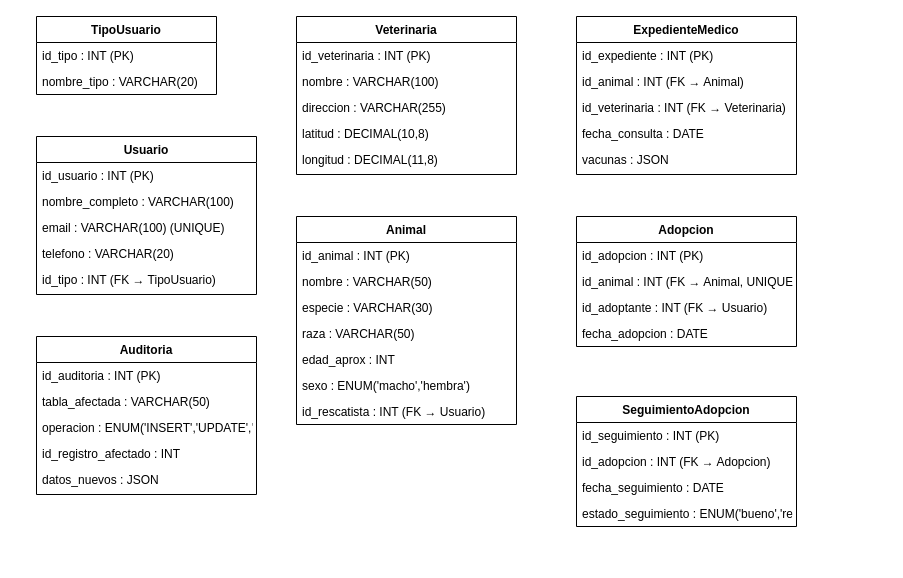
JlchavezG/BaseDatosUnimex keeps this draw.io diagram as Diagramas_BD_Mascotas.drawio. Above is the earlier version. Source tidied: cells renumbered, new cells numbered last; positions are measured from the earlier drawing's top-left corner, leaving out a move shared by most shapes. Both pictures are drawn from the tidied source at 100%, with x=0, y=0 at pixel (36, 16).
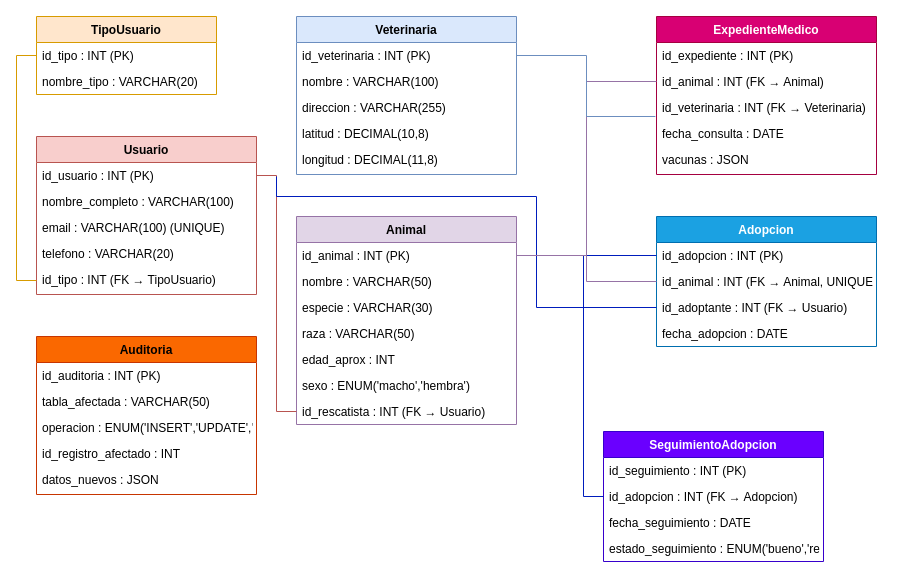
The same diagram, later.

Commit message:
modelo relacional

The change refers to these unchanged cells:
```xml
<mxCell id="3" value="id_tipo : INT (PK)" style="text;strokeColor=none;fillColor=none;align=left;verticalAlign=top;spacingLeft=4;spacingRight=4;overflow=hidden;points=[[0,0.5],[1,0.5]];portConstraint=eastwest;" parent="2" vertex="1">
  <mxGeometry y="26" width="180" height="26" as="geometry" />
</mxCell>
<mxCell id="6" value="id_usuario : INT (PK)" style="text;strokeColor=none;fillColor=none;align=left;verticalAlign=top;spacingLeft=4;spacingRight=4;overflow=hidden;points=[[0,0.5],[1,0.5]];portConstraint=eastwest;" parent="5" vertex="1">
  <mxGeometry y="26" width="220" height="26" as="geometry" />
</mxCell>
<mxCell id="10" value="id_tipo : INT (FK → TipoUsuario)" style="text;strokeColor=none;fillColor=none;align=left;verticalAlign=top;spacingLeft=4;spacingRight=4;overflow=hidden;points=[[0,0.5],[1,0.5]];portConstraint=eastwest;" parent="5" vertex="1">
  <mxGeometry y="130" width="220" height="28" as="geometry" />
</mxCell>
<mxCell id="12" value="id_veterinaria : INT (PK)" style="text;strokeColor=none;fillColor=none;align=left;verticalAlign=top;spacingLeft=4;spacingRight=4;overflow=hidden;points=[[0,0.5],[1,0.5]];portConstraint=eastwest;" parent="11" vertex="1">
  <mxGeometry y="26" width="220" height="26" as="geometry" />
</mxCell>
<mxCell id="18" value="id_animal : INT (PK)" style="text;strokeColor=none;fillColor=none;align=left;verticalAlign=top;spacingLeft=4;spacingRight=4;overflow=hidden;points=[[0,0.5],[1,0.5]];portConstraint=eastwest;" parent="17" vertex="1">
  <mxGeometry y="26" width="220" height="26" as="geometry" />
</mxCell>
<mxCell id="24" value="id_rescatista : INT (FK → Usuario)" style="text;strokeColor=none;fillColor=none;align=left;verticalAlign=top;spacingLeft=4;spacingRight=4;overflow=hidden;points=[[0,0.5],[1,0.5]];portConstraint=eastwest;" parent="17" vertex="1">
  <mxGeometry y="182" width="220" height="26" as="geometry" />
</mxCell>
<mxCell id="27" value="id_animal : INT (FK → Animal)" style="text;strokeColor=none;fillColor=none;align=left;verticalAlign=top;spacingLeft=4;spacingRight=4;overflow=hidden;points=[[0,0.5],[1,0.5]];portConstraint=eastwest;" parent="25" vertex="1">
  <mxGeometry y="52" width="220" height="26" as="geometry" />
</mxCell>
<mxCell id="28" value="id_veterinaria : INT (FK → Veterinaria)" style="text;strokeColor=none;fillColor=none;align=left;verticalAlign=top;spacingLeft=4;spacingRight=4;overflow=hidden;points=[[0,0.5],[1,0.5]];portConstraint=eastwest;" parent="25" vertex="1">
  <mxGeometry y="78" width="220" height="26" as="geometry" />
</mxCell>
<mxCell id="32" value="id_adopcion : INT (PK)" style="text;strokeColor=none;fillColor=none;align=left;verticalAlign=top;spacingLeft=4;spacingRight=4;overflow=hidden;points=[[0,0.5],[1,0.5]];portConstraint=eastwest;" parent="31" vertex="1">
  <mxGeometry y="26" width="220" height="26" as="geometry" />
</mxCell>
<mxCell id="33" value="id_animal : INT (FK → Animal, UNIQUE)" style="text;strokeColor=none;fillColor=none;align=left;verticalAlign=top;spacingLeft=4;spacingRight=4;overflow=hidden;points=[[0,0.5],[1,0.5]];portConstraint=eastwest;" parent="31" vertex="1">
  <mxGeometry y="52" width="220" height="26" as="geometry" />
</mxCell>
<mxCell id="34" value="id_adoptante : INT (FK → Usuario)" style="text;strokeColor=none;fillColor=none;align=left;verticalAlign=top;spacingLeft=4;spacingRight=4;overflow=hidden;points=[[0,0.5],[1,0.5]];portConstraint=eastwest;" parent="31" vertex="1">
  <mxGeometry y="78" width="220" height="26" as="geometry" />
</mxCell>
<mxCell id="38" value="id_adopcion : INT (FK → Adopcion)" style="text;strokeColor=none;fillColor=none;align=left;verticalAlign=top;spacingLeft=4;spacingRight=4;overflow=hidden;points=[[0,0.5],[1,0.5]];portConstraint=eastwest;" parent="36" vertex="1">
  <mxGeometry y="52" width="220" height="26" as="geometry" />
</mxCell>
```

Diff of the diagram source:
```diff
@@
-    <mxCell id="2" value="TipoUsuario" style="swimlane;fontStyle=1;align=center;verticalAlign=top;horizontal=1;startSize=26;swimlaneFillColor=#ffffff;" parent="1" vertex="1">
+    <mxCell id="2" value="TipoUsuario" style="swimlane;fontStyle=1;align=center;verticalAlign=top;horizontal=1;startSize=26;swimlaneFillColor=#ffffff;fillColor=#ffe6cc;strokeColor=#d79b00;" parent="1" vertex="1">
       <mxGeometry width="180" height="78" as="geometry" />
     </mxCell>
@@
-    <mxCell id="5" value="Usuario" style="swimlane;fontStyle=1;align=center;verticalAlign=top;horizontal=1;startSize=26;swimlaneFillColor=#ffffff;" parent="1" vertex="1">
+    <mxCell id="5" value="Usuario" style="swimlane;fontStyle=1;align=center;verticalAlign=top;horizontal=1;startSize=26;swimlaneFillColor=#ffffff;fillColor=#f8cecc;strokeColor=#b85450;" parent="1" vertex="1">
       <mxGeometry y="120" width="220" height="158" as="geometry" />
     </mxCell>
@@
-    <mxCell id="11" value="Veterinaria" style="swimlane;fontStyle=1;align=center;verticalAlign=top;horizontal=1;startSize=26;swimlaneFillColor=#ffffff;" parent="1" vertex="1">
+    <mxCell id="11" value="Veterinaria" style="swimlane;fontStyle=1;align=center;verticalAlign=top;horizontal=1;startSize=26;swimlaneFillColor=#ffffff;fillColor=#dae8fc;strokeColor=#6c8ebf;" parent="1" vertex="1">
       <mxGeometry x="260" width="220" height="158" as="geometry" />
     </mxCell>
@@
-    <mxCell id="17" value="Animal" style="swimlane;fontStyle=1;align=center;verticalAlign=top;horizontal=1;startSize=26;swimlaneFillColor=#ffffff;" parent="1" vertex="1">
+    <mxCell id="17" value="Animal" style="swimlane;fontStyle=1;align=center;verticalAlign=top;horizontal=1;startSize=26;swimlaneFillColor=#ffffff;fillColor=#e1d5e7;strokeColor=#9673a6;" parent="1" vertex="1">
       <mxGeometry x="260" y="200" width="220" height="208" as="geometry" />
     </mxCell>
@@
-    <mxCell id="25" value="ExpedienteMedico" style="swimlane;fontStyle=1;align=center;verticalAlign=top;horizontal=1;startSize=26;swimlaneFillColor=#ffffff;" parent="1" vertex="1">
-      <mxGeometry x="540" width="220" height="158" as="geometry" />
+    <mxCell id="25" value="ExpedienteMedico" style="swimlane;fontStyle=1;align=center;verticalAlign=top;horizontal=1;startSize=26;swimlaneFillColor=#ffffff;fillColor=#d80073;fontColor=#ffffff;strokeColor=#A50040;" parent="1" vertex="1">
+      <mxGeometry x="620" width="220" height="158" as="geometry" />
     </mxCell>
@@
-    <mxCell id="31" value="Adopcion" style="swimlane;fontStyle=1;align=center;verticalAlign=top;horizontal=1;startSize=26;swimlaneFillColor=#ffffff;" parent="1" vertex="1">
-      <mxGeometry x="540" y="200" width="220" height="130" as="geometry" />
+    <mxCell id="31" value="Adopcion" style="swimlane;fontStyle=1;align=center;verticalAlign=top;horizontal=1;startSize=26;swimlaneFillColor=#ffffff;fillColor=#1ba1e2;fontColor=#ffffff;strokeColor=#006EAF;" parent="1" vertex="1">
+      <mxGeometry x="620" y="200" width="220" height="130" as="geometry" />
     </mxCell>
@@
-    <mxCell id="36" value="SeguimientoAdopcion" style="swimlane;fontStyle=1;align=center;verticalAlign=top;horizontal=1;startSize=26;swimlaneFillColor=#ffffff;" parent="1" vertex="1">
-      <mxGeometry x="540" y="380" width="220" height="130" as="geometry" />
+    <mxCell id="36" value="SeguimientoAdopcion" style="swimlane;fontStyle=1;align=center;verticalAlign=top;horizontal=1;startSize=26;swimlaneFillColor=#ffffff;fillColor=#6a00ff;fontColor=#ffffff;strokeColor=#3700CC;" parent="1" vertex="1">
+      <mxGeometry x="567" y="415" width="220" height="130" as="geometry" />
     </mxCell>
@@
-    <mxCell id="41" value="Auditoria" style="swimlane;fontStyle=1;align=center;verticalAlign=top;horizontal=1;startSize=26;swimlaneFillColor=#ffffff;" parent="1" vertex="1">
+    <mxCell id="41" value="Auditoria" style="swimlane;fontStyle=1;align=center;verticalAlign=top;horizontal=1;startSize=26;swimlaneFillColor=#ffffff;fillColor=#fa6800;fontColor=#000000;strokeColor=#C73500;" parent="1" vertex="1">
       <mxGeometry y="320" width="220" height="158" as="geometry" />
     </mxCell>
@@
+    <mxCell id="47" style="edgeStyle=orthogonalEdgeStyle;rounded=0;jettySize=auto;html=1;entryX=0;entryY=0.5;entryDx=0;entryDy=0;endArrow=none;endFill=0;fillColor=#0050ef;strokeColor=#001DBC;" parent="1" edge="1" source="32" target="38">
+      <mxGeometry relative="1" as="geometry" />
+    </mxCell>
+    <mxCell id="48" style="edgeStyle=orthogonalEdgeStyle;rounded=0;jettySize=auto;html=1;endArrow=none;endFill=0;fillColor=#f8cecc;strokeColor=#b85450;" parent="1" edge="1" source="6" target="24">
+      <mxGeometry relative="1" as="geometry" />
+    </mxCell>
+    <mxCell id="49" style="edgeStyle=orthogonalEdgeStyle;rounded=0;jettySize=auto;html=1;entryX=0;entryY=0.5;entryDx=0;entryDy=0;endArrow=none;endFill=0;fillColor=#ffe6cc;strokeColor=#d79b00;" parent="1" edge="1" source="3" target="10">
+      <mxGeometry relative="1" as="geometry">
+        <Array as="points">
+          <mxPoint x="-20" y="39" />
+          <mxPoint x="-20" y="264" />
+        </Array>
+      </mxGeometry>
+    </mxCell>
+    <mxCell id="50" style="edgeStyle=orthogonalEdgeStyle;rounded=0;jettySize=auto;html=1;entryX=0;entryY=0.5;entryDx=0;entryDy=0;endArrow=none;endFill=0;fillColor=#e1d5e7;strokeColor=#9673a6;" parent="1" edge="1" source="18" target="27">
+      <mxGeometry relative="1" as="geometry" />
+    </mxCell>
+    <mxCell id="51" style="edgeStyle=orthogonalEdgeStyle;rounded=0;jettySize=auto;html=1;entryX=-0.005;entryY=0.846;entryDx=0;entryDy=0;entryPerimeter=0;endArrow=none;endFill=0;fillColor=#dae8fc;strokeColor=#6c8ebf;" parent="1" edge="1" source="12" target="28">
+      <mxGeometry relative="1" as="geometry" />
+    </mxCell>
+    <mxCell id="52" style="edgeStyle=orthogonalEdgeStyle;rounded=0;jettySize=auto;html=1;entryX=0;entryY=0.5;entryDx=0;entryDy=0;fillColor=#0050ef;strokeColor=#001DBC;endArrow=none;endFill=0;" parent="1" edge="1" target="34">
+      <mxGeometry relative="1" as="geometry">
+        <mxPoint x="240" y="160" as="sourcePoint" />
+        <Array as="points">
+          <mxPoint x="240" y="180" />
+          <mxPoint x="500" y="180" />
+          <mxPoint x="500" y="291" />
+        </Array>
+      </mxGeometry>
+    </mxCell>
+    <mxCell id="53" style="edgeStyle=orthogonalEdgeStyle;rounded=0;jettySize=auto;html=1;entryX=0;entryY=0.5;entryDx=0;entryDy=0;endArrow=none;endFill=0;fillColor=#e1d5e7;strokeColor=#9673a6;" parent="1" edge="1" source="18" target="33">
+      <mxGeometry relative="1" as="geometry" />
+    </mxCell>
```
